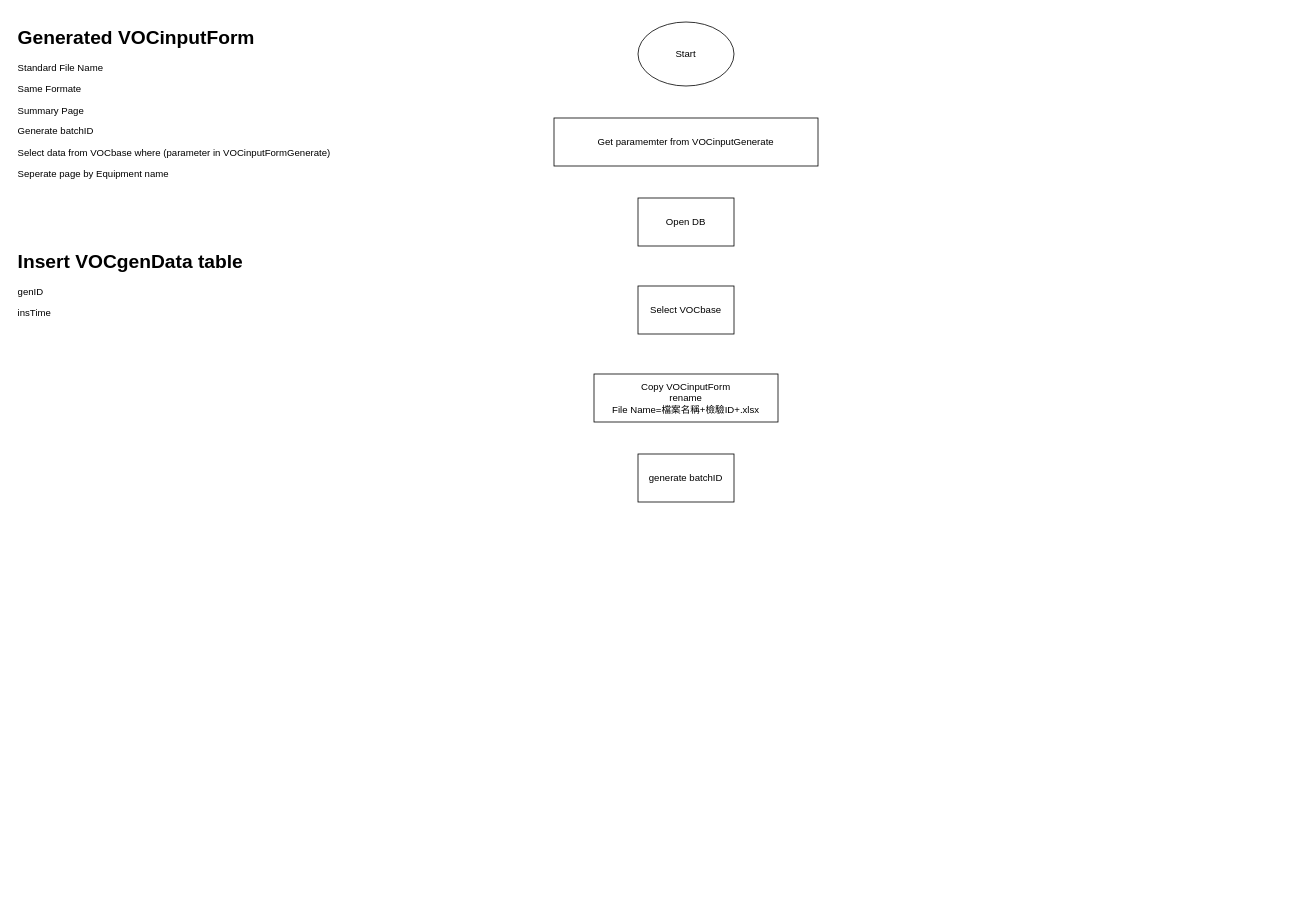
Before: page "AF Main" (2 of 2) of 未命名绘图.drawio in Isa821101/cv, a draw.io diagram. Source tidied: cells renumbered, new cells numbered last; positions are measured from the earlier drawing's top-left corner, leaving out a move shared by most shapes. Both pictures are drawn from the tidied source at 80%, with x=0, y=0 at pixel (14, 22).
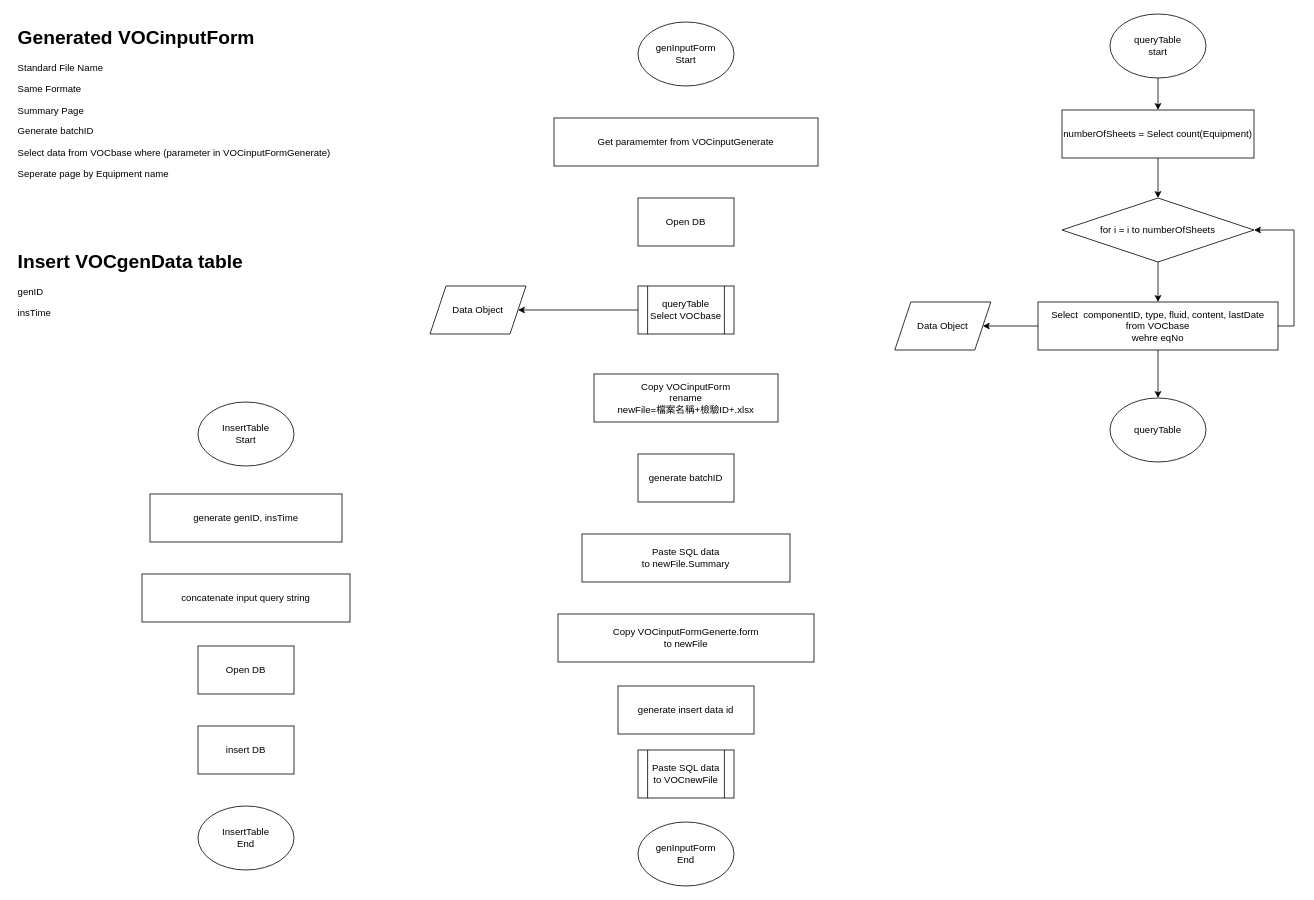
Above is the later version.

Commit message:
更新未命名绘图.drawio

Change to the diagram source:
```diff
@@
-    <mxCell id="4" value="Start" style="ellipse;whiteSpace=wrap;html=1;" parent="1" vertex="1">
+    <mxCell id="4" value="genInputForm&lt;br&gt;Start" style="ellipse;whiteSpace=wrap;html=1;" parent="1" vertex="1">
       <mxGeometry x="780" width="120" height="80" as="geometry" />
     </mxCell>
-    <mxCell id="5" value="Copy VOCinputForm&lt;br&gt;rename&lt;br&gt;File Name=檔案名稱+檢驗ID+.xlsx" style="rounded=0;whiteSpace=wrap;html=1;" parent="1" vertex="1">
+    <mxCell id="5" value="Copy VOCinputForm&lt;br&gt;rename&lt;br&gt;newFile=檔案名稱+檢驗ID+.xlsx" style="rounded=0;whiteSpace=wrap;html=1;" parent="1" vertex="1">
       <mxGeometry x="725" y="440" width="230" height="60" as="geometry" />
     </mxCell>
@@
-    <mxCell id="8" value="Select VOCbase" style="rounded=0;whiteSpace=wrap;html=1;" parent="1" vertex="1">
-      <mxGeometry x="780" y="330" width="120" height="60" as="geometry" />
-    </mxCell>
@@
+    <mxCell id="10" style="edgeStyle=orthogonalEdgeStyle;rounded=0;jettySize=auto;html=1;exitX=0;exitY=0.5;exitDx=0;exitDy=0;" parent="1" edge="1" source="11" target="26">
+      <mxGeometry relative="1" as="geometry" />
+    </mxCell>
+    <mxCell id="11" value="queryTable&lt;br&gt;Select VOCbase" style="shape=process;whiteSpace=wrap;html=1;backgroundOutline=1;" parent="1" vertex="1">
+      <mxGeometry x="780" y="330" width="120" height="60" as="geometry" />
+    </mxCell>
+    <mxCell id="12" value="Paste SQL data &lt;br&gt;to newFile.Summary" style="rounded=0;whiteSpace=wrap;html=1;" parent="1" vertex="1">
+      <mxGeometry x="710" y="640" width="260" height="60" as="geometry" />
+    </mxCell>
+    <mxCell id="13" style="edgeStyle=orthogonalEdgeStyle;rounded=0;jettySize=auto;html=1;exitX=0.5;exitY=1;exitDx=0;exitDy=0;entryX=0.5;entryY=0;entryDx=0;entryDy=0;" parent="1" edge="1" source="14" target="16">
+      <mxGeometry relative="1" as="geometry" />
+    </mxCell>
+    <mxCell id="14" value="queryTable&lt;br&gt;start" style="ellipse;whiteSpace=wrap;html=1;" parent="1" vertex="1">
+      <mxGeometry x="1370" y="-10" width="120" height="80" as="geometry" />
+    </mxCell>
+    <mxCell id="15" style="edgeStyle=orthogonalEdgeStyle;rounded=0;jettySize=auto;html=1;exitX=0.5;exitY=1;exitDx=0;exitDy=0;entryX=0.5;entryY=0;entryDx=0;entryDy=0;" parent="1" edge="1" source="16" target="33">
+      <mxGeometry relative="1" as="geometry" />
+    </mxCell>
+    <mxCell id="16" value="numberOfSheets = Select count(Equipment)" style="rounded=0;whiteSpace=wrap;html=1;" parent="1" vertex="1">
+      <mxGeometry x="1310" y="110" width="240" height="60" as="geometry" />
+    </mxCell>
+    <mxCell id="17" value="Copy VOCinputFormGenerte.form&lt;br&gt;to newFile" style="rounded=0;whiteSpace=wrap;html=1;" parent="1" vertex="1">
+      <mxGeometry x="680" y="740" width="320" height="60" as="geometry" />
+    </mxCell>
+    <mxCell id="18" value="Paste SQL data to VOCnewFile" style="shape=process;whiteSpace=wrap;html=1;backgroundOutline=1;" parent="1" vertex="1">
+      <mxGeometry x="780" y="910" width="120" height="60" as="geometry" />
+    </mxCell>
+    <mxCell id="19" value="genInputForm&lt;br&gt;End" style="ellipse;whiteSpace=wrap;html=1;" parent="1" vertex="1">
+      <mxGeometry x="780" y="1000" width="120" height="80" as="geometry" />
+    </mxCell>
+    <mxCell id="20" value="InsertTable&lt;br&gt;Start" style="ellipse;whiteSpace=wrap;html=1;" parent="1" vertex="1">
+      <mxGeometry x="230" y="475" width="120" height="80" as="geometry" />
+    </mxCell>
+    <mxCell id="21" value="Open DB" style="rounded=0;whiteSpace=wrap;html=1;" parent="1" vertex="1">
+      <mxGeometry x="230" y="780" width="120" height="60" as="geometry" />
+    </mxCell>
+    <mxCell id="22" value="generate genID, insTime" style="rounded=0;whiteSpace=wrap;html=1;" parent="1" vertex="1">
+      <mxGeometry x="170" y="590" width="240" height="60" as="geometry" />
+    </mxCell>
+    <mxCell id="23" value="concatenate input query string" style="rounded=0;whiteSpace=wrap;html=1;" parent="1" vertex="1">
+      <mxGeometry x="160" y="690" width="260" height="60" as="geometry" />
+    </mxCell>
+    <mxCell id="24" value="insert DB" style="rounded=0;whiteSpace=wrap;html=1;" parent="1" vertex="1">
+      <mxGeometry x="230" y="880" width="120" height="60" as="geometry" />
+    </mxCell>
+    <mxCell id="25" value="InsertTable&lt;br&gt;End" style="ellipse;whiteSpace=wrap;html=1;" parent="1" vertex="1">
+      <mxGeometry x="230" y="980" width="120" height="80" as="geometry" />
+    </mxCell>
+    <mxCell id="26" value="Data Object" style="shape=parallelogram;perimeter=parallelogramPerimeter;whiteSpace=wrap;html=1;fixedSize=1;" parent="1" vertex="1">
+      <mxGeometry x="520" y="330" width="120" height="60" as="geometry" />
+    </mxCell>
+    <mxCell id="27" style="edgeStyle=orthogonalEdgeStyle;rounded=0;jettySize=auto;html=1;exitX=0.5;exitY=1;exitDx=0;exitDy=0;" parent="1" edge="1" source="30" target="35">
+      <mxGeometry relative="1" as="geometry" />
+    </mxCell>
+    <mxCell id="28" style="edgeStyle=orthogonalEdgeStyle;rounded=0;jettySize=auto;html=1;exitX=0;exitY=0.5;exitDx=0;exitDy=0;entryX=1;entryY=0.5;entryDx=0;entryDy=0;" parent="1" edge="1" source="30" target="34">
+      <mxGeometry relative="1" as="geometry" />
+    </mxCell>
+    <mxCell id="29" style="edgeStyle=orthogonalEdgeStyle;rounded=0;jettySize=auto;html=1;exitX=1;exitY=0.5;exitDx=0;exitDy=0;entryX=1;entryY=0.5;entryDx=0;entryDy=0;" parent="1" edge="1" source="30" target="33">
+      <mxGeometry relative="1" as="geometry" />
+    </mxCell>
+    <mxCell id="30" value="Select&amp;nbsp; componentID, type, fluid, content, lastDate&lt;br&gt;from VOCbase&lt;br&gt;wehre eqNo" style="rounded=0;whiteSpace=wrap;html=1;" parent="1" vertex="1">
+      <mxGeometry x="1280" y="350" width="300" height="60" as="geometry" />
+    </mxCell>
+    <mxCell id="31" value="generate insert data id" style="rounded=0;whiteSpace=wrap;html=1;" parent="1" vertex="1">
+      <mxGeometry x="755" y="830" width="170" height="60" as="geometry" />
+    </mxCell>
+    <mxCell id="32" style="edgeStyle=orthogonalEdgeStyle;rounded=0;jettySize=auto;html=1;exitX=0.5;exitY=1;exitDx=0;exitDy=0;" parent="1" edge="1" source="33" target="30">
+      <mxGeometry relative="1" as="geometry" />
+    </mxCell>
+    <mxCell id="33" value="for i = i to numberOfSheets" style="rhombus;whiteSpace=wrap;html=1;" parent="1" vertex="1">
+      <mxGeometry x="1310" y="220" width="240" height="80" as="geometry" />
+    </mxCell>
+    <mxCell id="34" value="Data Object" style="shape=parallelogram;perimeter=parallelogramPerimeter;whiteSpace=wrap;html=1;fixedSize=1;" parent="1" vertex="1">
+      <mxGeometry x="1101" y="350" width="120" height="60" as="geometry" />
+    </mxCell>
+    <mxCell id="35" value="queryTable" style="ellipse;whiteSpace=wrap;html=1;" parent="1" vertex="1">
+      <mxGeometry x="1370" y="470" width="120" height="80" as="geometry" />
+    </mxCell>
```
